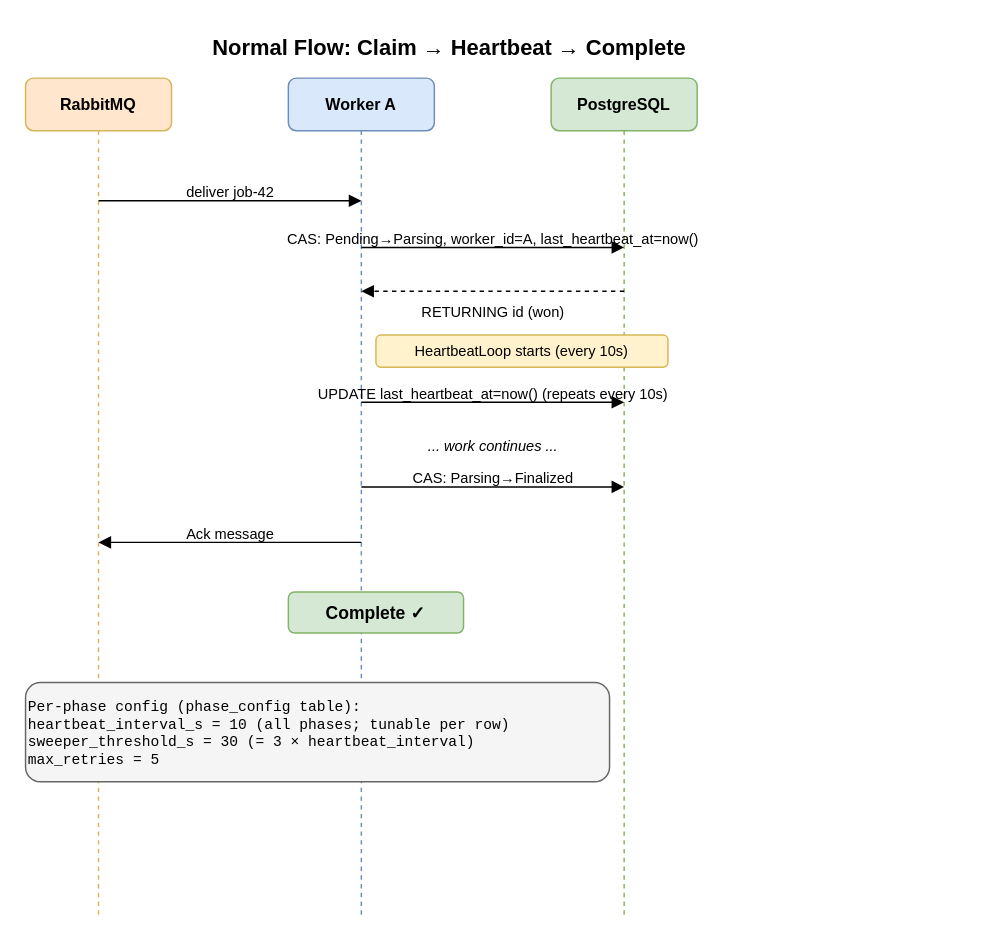
Earlier version of the draw.io diagram page "1 — Normal Flow" (1 of 4) of docs/cas-heartbeat-recovery.drawio (ImriHarlev/Dintinct). Source tidied: cells renumbered, new cells numbered last; positions are measured from the earlier drawing's top-left corner, leaving out a move shared by most shapes. Both pictures are drawn from the tidied source at 146%, with x=0, y=0 at pixel (25, 25).
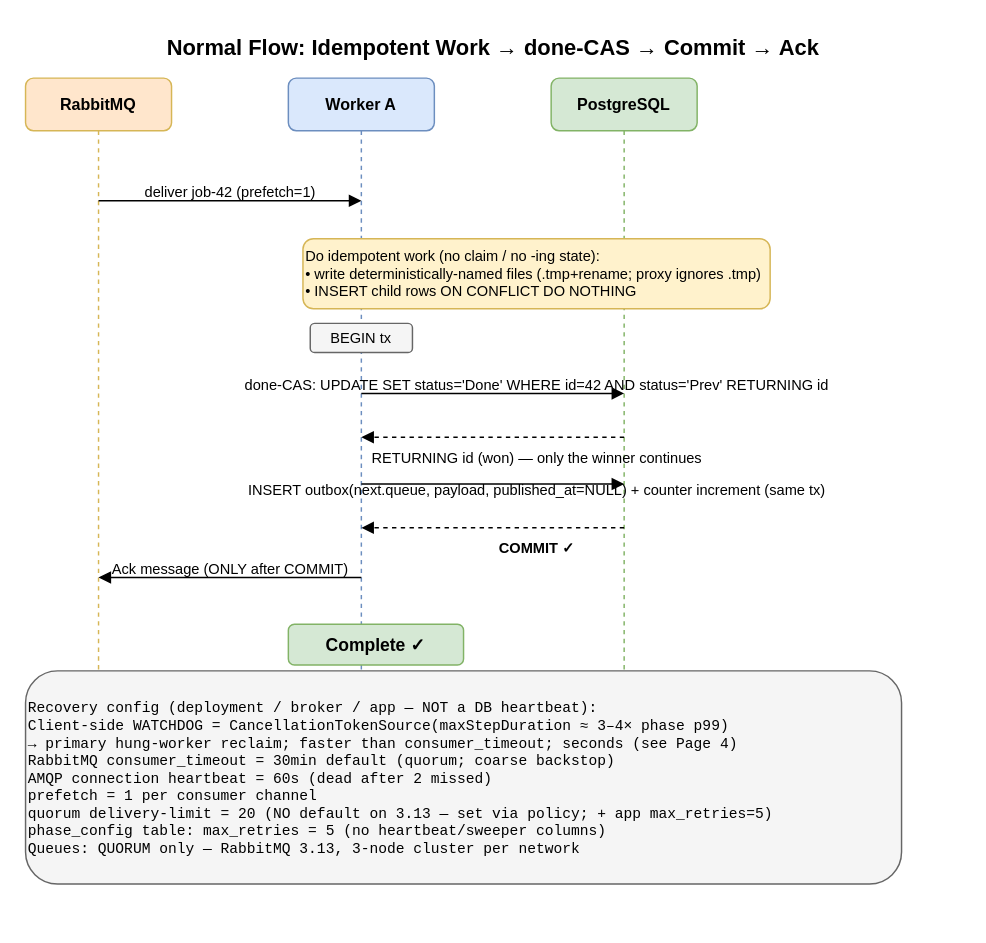
The same page after the edit.

What changed in the source:
```diff
@@
-    <mxCell id="2" value="Normal Flow: Claim → Heartbeat → Complete" style="text;html=1;strokeColor=none;fillColor=none;align=center;fontSize=15;fontStyle=1;" parent="1" vertex="1">
-      <mxGeometry width="580" height="26" as="geometry" />
+    <mxCell id="2" value="Normal Flow: Idempotent Work → done-CAS → Commit → Ack" style="text;html=1;strokeColor=none;fillColor=none;align=center;fontSize=15;fontStyle=1;" parent="1" vertex="1">
+      <mxGeometry width="640" height="26" as="geometry" />
     </mxCell>
@@
     <mxCell id="6" style="endArrow=none;dashed=1;strokeColor=#d6b656;" parent="1" edge="1">
       <mxGeometry relative="1" as="geometry">
         <mxPoint x="50" y="72" as="sourcePoint" />
-        <mxPoint x="50" y="610" as="targetPoint" />
+        <mxPoint x="50" y="530" as="targetPoint" />
       </mxGeometry>
     </mxCell>
     <mxCell id="7" style="endArrow=none;dashed=1;strokeColor=#6c8ebf;" parent="1" edge="1">
       <mxGeometry relative="1" as="geometry">
         <mxPoint x="230" y="72" as="sourcePoint" />
-        <mxPoint x="230" y="610" as="targetPoint" />
+        <mxPoint x="230" y="530" as="targetPoint" />
       </mxGeometry>
     </mxCell>
     <mxCell id="8" style="endArrow=none;dashed=1;strokeColor=#82b366;" parent="1" edge="1">
       <mxGeometry relative="1" as="geometry">
         <mxPoint x="410" y="72" as="sourcePoint" />
-        <mxPoint x="410" y="610" as="targetPoint" />
+        <mxPoint x="410" y="530" as="targetPoint" />
       </mxGeometry>
     </mxCell>
@@
-    <mxCell id="10" value="deliver job-42" style="text;html=1;strokeColor=none;fillColor=none;align=center;fontSize=10;" parent="1" vertex="1">
+    <mxCell id="10" value="deliver job-42 (prefetch=1)" style="text;html=1;strokeColor=none;fillColor=none;align=center;fontSize=10;" parent="1" vertex="1">
       <mxGeometry x="50" y="102" width="180" height="16" as="geometry" />
     </mxCell>
-    <mxCell id="11" style="endArrow=block;endFill=1;" parent="1" edge="1">
-      <mxGeometry relative="1" as="geometry">
-        <mxPoint x="230" y="152" as="sourcePoint" />
-        <mxPoint x="410" y="152" as="targetPoint" />
-      </mxGeometry>
+    <mxCell id="11" value="Do idempotent work (no claim / no -ing state):&#10;• write deterministically-named files (.tmp+rename; proxy ignores .tmp)&#10;• INSERT child rows ON CONFLICT DO NOTHING" style="rounded=1;fillColor=#fff2cc;strokeColor=#d6b656;fontSize=10;align=left;" parent="1" vertex="1">
+      <mxGeometry x="190" y="146" width="320" height="48" as="geometry" />
     </mxCell>
-    <mxCell id="12" value="CAS: Pending→Parsing, worker_id=A, last_heartbeat_at=now()" style="text;html=1;strokeColor=none;fillColor=none;align=center;fontSize=10;" parent="1" vertex="1">
-      <mxGeometry x="205" y="134" width="230" height="16" as="geometry" />
-    </mxCell>
-    <mxCell id="13" style="endArrow=block;endFill=1;dashed=1;" parent="1" edge="1">
-      <mxGeometry relative="1" as="geometry">
-        <mxPoint x="410" y="182" as="sourcePoint" />
-        <mxPoint x="230" y="182" as="targetPoint" />
-      </mxGeometry>
-    </mxCell>
-    <mxCell id="14" value="RETURNING id (won)" style="text;html=1;strokeColor=none;fillColor=none;align=center;fontSize=10;" parent="1" vertex="1">
-      <mxGeometry x="205" y="184" width="230" height="16" as="geometry" />
-    </mxCell>
+    <mxCell id="25" value="BEGIN tx" style="rounded=1;fillColor=#f5f5f5;strokeColor=#666;fontSize=10;" parent="1" vertex="1">
+      <mxGeometry x="195" y="204" width="70" height="20" as="geometry" />
+    </mxCell>
-    <mxCell id="15" value="HeartbeatLoop starts (every 10s)" style="rounded=1;fillColor=#fff2cc;strokeColor=#d6b656;fontSize=10;" parent="1" vertex="1">
-      <mxGeometry x="240" y="212" width="200" height="22" as="geometry" />
+    <mxCell id="15" style="endArrow=block;endFill=1;" parent="1" edge="1">
+      <mxGeometry relative="1" as="geometry">
+        <mxPoint x="230" y="252" as="sourcePoint" />
+        <mxPoint x="410" y="252" as="targetPoint" />
+      </mxGeometry>
     </mxCell>
+    <mxCell id="26" value="done-CAS: UPDATE SET status='Done' WHERE id=42 AND status='Prev' RETURNING id" style="text;html=1;strokeColor=none;fillColor=none;align=center;fontSize=10;" parent="1" vertex="1">
+      <mxGeometry x="190" y="234" width="320" height="16" as="geometry" />
+    </mxCell>
-    <mxCell id="16" style="endArrow=block;endFill=1;" parent="1" edge="1">
+    <mxCell id="16" style="endArrow=block;endFill=1;dashed=1;" parent="1" edge="1">
       <mxGeometry relative="1" as="geometry">
-        <mxPoint x="230" y="258" as="sourcePoint" />
-        <mxPoint x="410" y="258" as="targetPoint" />
+        <mxPoint x="410" y="282" as="sourcePoint" />
+        <mxPoint x="230" y="282" as="targetPoint" />
       </mxGeometry>
     </mxCell>
-    <mxCell id="17" value="UPDATE last_heartbeat_at=now()  (repeats every 10s)" style="text;html=1;strokeColor=none;fillColor=none;align=center;fontSize=10;" parent="1" vertex="1">
-      <mxGeometry x="205" y="240" width="230" height="16" as="geometry" />
+    <mxCell id="17" value="RETURNING id (won) — only the winner continues" style="text;html=1;strokeColor=none;fillColor=none;align=center;fontSize=10;" parent="1" vertex="1">
+      <mxGeometry x="190" y="284" width="320" height="16" as="geometry" />
     </mxCell>
-    <mxCell id="18" value="... work continues ..." style="text;html=1;strokeColor=none;fillColor=none;align=center;fontSize=10;fontStyle=2;" parent="1" vertex="1">
-      <mxGeometry x="205" y="276" width="230" height="16" as="geometry" />
-    </mxCell>
     <mxCell id="19" style="endArrow=block;endFill=1;" parent="1" edge="1">
       <mxGeometry relative="1" as="geometry">
-        <mxPoint x="230" y="316" as="sourcePoint" />
-        <mxPoint x="410" y="316" as="targetPoint" />
+        <mxPoint x="230" y="314" as="sourcePoint" />
+        <mxPoint x="410" y="314" as="targetPoint" />
       </mxGeometry>
     </mxCell>
-    <mxCell id="20" value="CAS: Parsing→Finalized" style="text;html=1;strokeColor=none;fillColor=none;align=center;fontSize=10;" parent="1" vertex="1">
-      <mxGeometry x="205" y="298" width="230" height="16" as="geometry" />
+    <mxCell id="20" value="INSERT outbox(next.queue, payload, published_at=NULL) + counter increment (same tx)" style="text;html=1;strokeColor=none;fillColor=none;align=center;fontSize=10;" parent="1" vertex="1">
+      <mxGeometry x="190" y="306" width="320" height="16" as="geometry" />
     </mxCell>
-    <mxCell id="21" style="endArrow=block;endFill=1;" parent="1" edge="1">
+    <mxCell id="21" style="endArrow=block;endFill=1;dashed=1;" parent="1" edge="1">
       <mxGeometry relative="1" as="geometry">
-        <mxPoint x="230" y="354" as="sourcePoint" />
-        <mxPoint x="50" y="354" as="targetPoint" />
+        <mxPoint x="410" y="344" as="sourcePoint" />
+        <mxPoint x="230" y="344" as="targetPoint" />
       </mxGeometry>
     </mxCell>
-    <mxCell id="22" value="Ack message" style="text;html=1;strokeColor=none;fillColor=none;align=center;fontSize=10;" parent="1" vertex="1">
-      <mxGeometry x="50" y="336" width="180" height="16" as="geometry" />
+    <mxCell id="22" value="COMMIT ✓" style="text;html=1;strokeColor=none;fillColor=none;align=center;fontSize=10;fontStyle=1;" parent="1" vertex="1">
+      <mxGeometry x="190" y="346" width="320" height="16" as="geometry" />
     </mxCell>
-    <mxCell id="23" value="Complete ✓" style="rounded=1;fillColor=#d5e8d4;strokeColor=#82b366;fontStyle=1;fontSize=12;" parent="1" vertex="1">
-      <mxGeometry x="180" y="388" width="120" height="28" as="geometry" />
+    <mxCell id="23" style="endArrow=block;endFill=1;" parent="1" edge="1">
+      <mxGeometry relative="1" as="geometry">
+        <mxPoint x="230" y="378" as="sourcePoint" />
+        <mxPoint x="50" y="378" as="targetPoint" />
+      </mxGeometry>
     </mxCell>
+    <mxCell id="27" value="Ack message (ONLY after COMMIT)" style="text;html=1;strokeColor=none;fillColor=none;align=center;fontSize=10;" parent="1" vertex="1">
+      <mxGeometry x="50" y="360" width="180" height="16" as="geometry" />
+    </mxCell>
+    <mxCell id="28" value="Complete ✓" style="rounded=1;fillColor=#d5e8d4;strokeColor=#82b366;fontStyle=1;fontSize=12;" parent="1" vertex="1">
+      <mxGeometry x="180" y="410" width="120" height="28" as="geometry" />
+    </mxCell>
-    <mxCell id="24" value="Per-phase config (phase_config table):&#10;  heartbeat_interval_s  = 10   (all phases; tunable per row)&#10;  sweeper_threshold_s   = 30   (= 3 × heartbeat_interval)&#10;  max_retries           = 5" style="rounded=1;fillColor=#f5f5f5;strokeColor=#666;fontFamily=Courier New;fontSize=10;align=left;" parent="1" vertex="1">
-      <mxGeometry y="450" width="400" height="68" as="geometry" />
+    <mxCell id="24" value="Recovery config (deployment / broker / app — NOT a DB heartbeat):&#10;  Client-side WATCHDOG = CancellationTokenSource(maxStepDuration ≈ 3–4× phase p99)&#10;     → primary hung-worker reclaim; faster than consumer_timeout; seconds (see Page 4)&#10;  RabbitMQ consumer_timeout = 30min default  (quorum; coarse backstop)&#10;  AMQP connection heartbeat = 60s  (dead after 2 missed)&#10;  prefetch = 1 per consumer channel&#10;  quorum delivery-limit = 20  (NO default on 3.13 — set via policy; + app max_retries=5)&#10;phase_config table:  max_retries = 5  (no heartbeat/sweeper columns)&#10;Queues: QUORUM only — RabbitMQ 3.13, 3-node cluster per network" style="rounded=1;fillColor=#f5f5f5;strokeColor=#666;fontFamily=Courier New;fontSize=10;align=left;" parent="1" vertex="1">
+      <mxGeometry y="442" width="600" height="146" as="geometry" />
     </mxCell>
```
